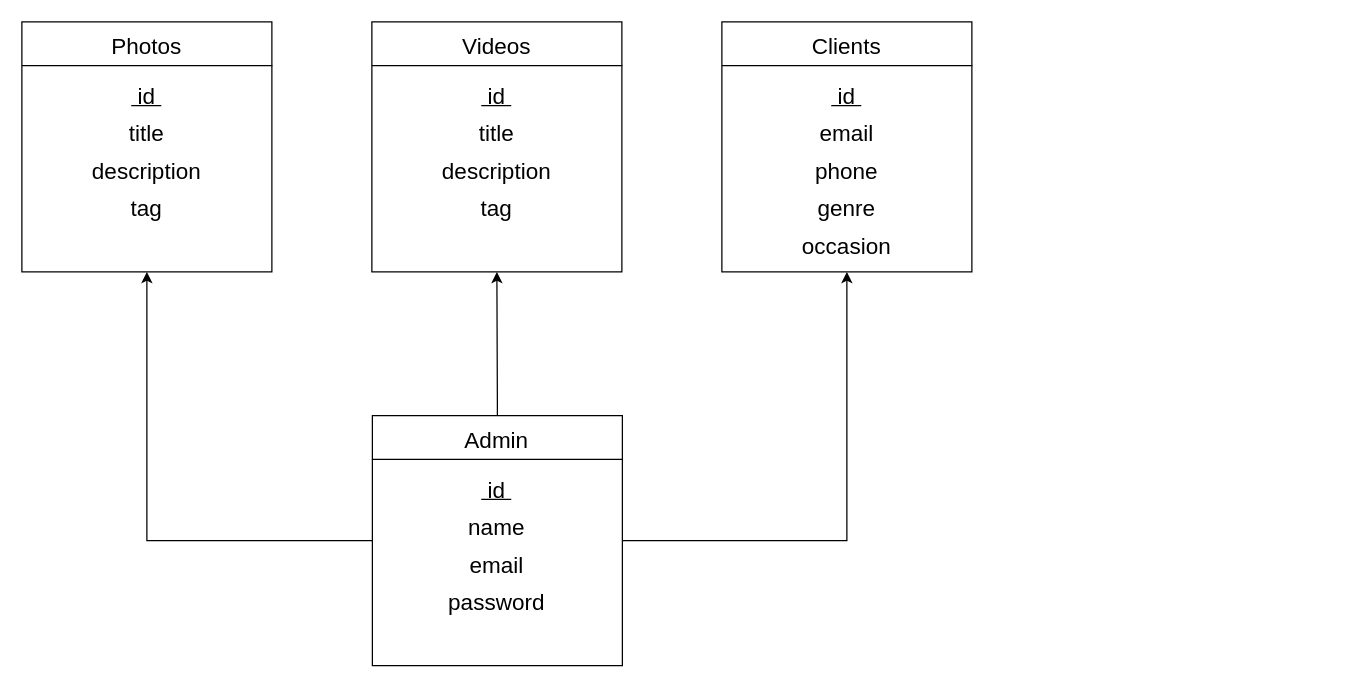
Above: Conseption/Conseption-Back/Merise/MLD.dio in Douaa19/PFR (draw.io), before the change. Source tidied: cells renumbered, new cells numbered last; positions are measured from the earlier drawing's top-left corner, leaving out a move shared by most shapes. Both pictures are drawn from the tidied source at 125%, with x=0, y=0 at pixel (21, 21).
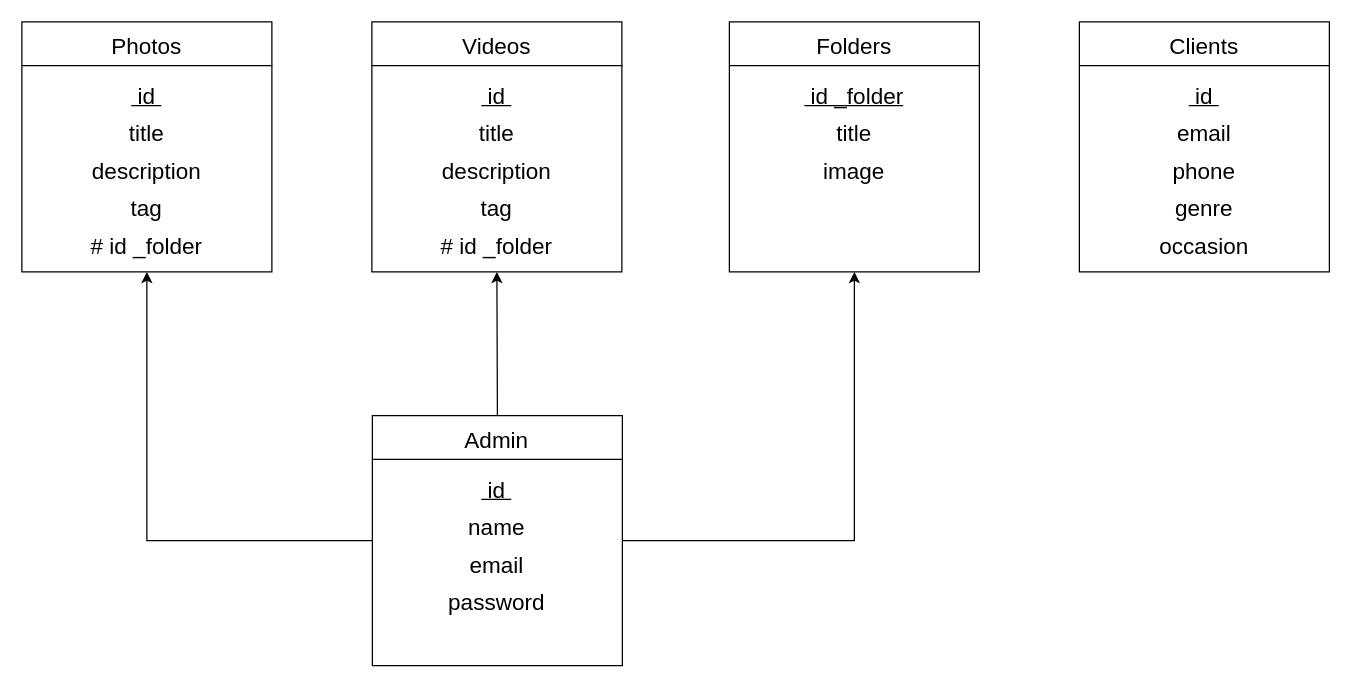
After the change.

The change refers to these unchanged cells:
```xml
<mxCell id="5" style="whiteSpace=wrap;html=1;fillColor=none;" parent="1" vertex="1">
  <mxGeometry x="280.4" y="315" width="200" height="200" as="geometry" />
</mxCell>
```

What changed in the source:
```diff
@@
-    <mxCell id="3" style="edgeStyle=orthogonalEdgeStyle;rounded=0;jettySize=auto;html=1;entryX=0.5;entryY=1;entryDx=0;entryDy=0;" parent="1" edge="1" source="5" target="26">
-      <mxGeometry relative="1" as="geometry" />
+    <mxCell id="3" style="edgeStyle=orthogonalEdgeStyle;rounded=0;jettySize=auto;html=1;entryX=0.5;entryY=1;entryDx=0;entryDy=0;" parent="1" edge="1" source="5" target="34">
+      <mxGeometry relative="1" as="geometry">
+        <Array as="points">
+          <mxPoint x="666" y="415" />
+        </Array>
+      </mxGeometry>
     </mxCell>
@@
     <mxCell id="26" style="whiteSpace=wrap;html=1;fillColor=none;" parent="1" vertex="1">
-      <mxGeometry x="560" width="200" height="200" as="geometry" />
+      <mxGeometry x="846" width="200" height="200" as="geometry" />
     </mxCell>
     <mxCell id="27" value="&lt;span style=&quot;font-size: 18px&quot;&gt;Clients&lt;/span&gt;" style="text;html=1;strokeColor=none;fillColor=none;align=center;verticalAlign=middle;whiteSpace=wrap;rounded=0;" parent="1" vertex="1">
-      <mxGeometry x="640" y="10" width="40" height="20" as="geometry" />
+      <mxGeometry x="916" y="10" width="60" height="20" as="geometry" />
     </mxCell>
     <mxCell id="28" value="&lt;font style=&quot;font-size: 18px&quot;&gt;email&lt;/font&gt;" style="text;html=1;strokeColor=none;fillColor=none;align=center;verticalAlign=middle;whiteSpace=wrap;rounded=0;" parent="1" vertex="1">
-      <mxGeometry x="640" y="80" width="40" height="20" as="geometry" />
+      <mxGeometry x="926" y="80" width="40" height="20" as="geometry" />
     </mxCell>
     <mxCell id="29" value="&lt;font style=&quot;font-size: 18px&quot;&gt;phone&lt;/font&gt;" style="text;html=1;strokeColor=none;fillColor=none;align=center;verticalAlign=middle;whiteSpace=wrap;rounded=0;" parent="1" vertex="1">
-      <mxGeometry x="640" y="110" width="40" height="20" as="geometry" />
+      <mxGeometry x="926" y="110" width="40" height="20" as="geometry" />
     </mxCell>
     <mxCell id="30" value="&lt;font style=&quot;font-size: 18px&quot;&gt;genre&lt;/font&gt;" style="text;html=1;strokeColor=none;fillColor=none;align=center;verticalAlign=middle;whiteSpace=wrap;rounded=0;" parent="1" vertex="1">
-      <mxGeometry x="640" y="140" width="40" height="20" as="geometry" />
+      <mxGeometry x="926" y="140" width="40" height="20" as="geometry" />
     </mxCell>
     <mxCell id="31" value="&lt;font style=&quot;font-size: 18px&quot;&gt;&lt;u&gt;&amp;nbsp;id&amp;nbsp;&lt;/u&gt;&lt;/font&gt;" style="text;html=1;strokeColor=none;fillColor=none;align=center;verticalAlign=middle;whiteSpace=wrap;rounded=0;" parent="1" vertex="1">
-      <mxGeometry x="640" y="50" width="40" height="20" as="geometry" />
+      <mxGeometry x="926" y="50" width="40" height="20" as="geometry" />
     </mxCell>
     <mxCell id="32" style="endArrow=none;html=1;exitX=-0.002;exitY=0.175;exitDx=0;exitDy=0;exitPerimeter=0;entryX=1;entryY=0.175;entryDx=0;entryDy=0;entryPerimeter=0;" parent="1" edge="1">
       <mxGeometry relative="1" as="geometry">
-        <mxPoint x="560" y="35" as="sourcePoint" />
-        <mxPoint x="760.4" y="35" as="targetPoint" />
+        <mxPoint x="846" y="35" as="sourcePoint" />
+        <mxPoint x="1046.4" y="35" as="targetPoint" />
       </mxGeometry>
     </mxCell>
     <mxCell id="33" value="&lt;span style=&quot;font-size: 18px&quot;&gt;occasion&lt;/span&gt;" style="text;html=1;strokeColor=none;fillColor=none;align=center;verticalAlign=middle;whiteSpace=wrap;rounded=0;" parent="1" vertex="1">
-      <mxGeometry x="640" y="170" width="40" height="20" as="geometry" />
+      <mxGeometry x="926" y="170" width="40" height="20" as="geometry" />
     </mxCell>
+    <mxCell id="34" style="whiteSpace=wrap;html=1;fillColor=none;" parent="1" vertex="1">
+      <mxGeometry x="566" width="200" height="200" as="geometry" />
+    </mxCell>
+    <mxCell id="35" value="&lt;span style=&quot;font-size: 18px&quot;&gt;Folders&lt;/span&gt;" style="text;html=1;strokeColor=none;fillColor=none;align=center;verticalAlign=middle;whiteSpace=wrap;rounded=0;" parent="1" vertex="1">
+      <mxGeometry x="626" y="10" width="80" height="20" as="geometry" />
+    </mxCell>
+    <mxCell id="36" value="&lt;font style=&quot;font-size: 18px&quot;&gt;title&lt;/font&gt;" style="text;html=1;strokeColor=none;fillColor=none;align=center;verticalAlign=middle;whiteSpace=wrap;rounded=0;" parent="1" vertex="1">
+      <mxGeometry x="646" y="80" width="40" height="20" as="geometry" />
+    </mxCell>
+    <mxCell id="37" value="&lt;font style=&quot;font-size: 18px&quot;&gt;image&lt;/font&gt;" style="text;html=1;strokeColor=none;fillColor=none;align=center;verticalAlign=middle;whiteSpace=wrap;rounded=0;" parent="1" vertex="1">
+      <mxGeometry x="636" y="110" width="60" height="20" as="geometry" />
+    </mxCell>
+    <mxCell id="38" value="&lt;font style=&quot;font-size: 18px&quot;&gt;&lt;u&gt;&amp;nbsp;id _folder&lt;/u&gt;&lt;/font&gt;" style="text;html=1;strokeColor=none;fillColor=none;align=center;verticalAlign=middle;whiteSpace=wrap;rounded=0;" parent="1" vertex="1">
+      <mxGeometry x="616" y="50" width="100" height="20" as="geometry" />
+    </mxCell>
+    <mxCell id="39" style="endArrow=none;html=1;exitX=-0.002;exitY=0.175;exitDx=0;exitDy=0;exitPerimeter=0;entryX=1;entryY=0.175;entryDx=0;entryDy=0;entryPerimeter=0;" parent="1" edge="1">
+      <mxGeometry relative="1" as="geometry">
+        <mxPoint x="566" y="35" as="sourcePoint" />
+        <mxPoint x="766.4" y="35" as="targetPoint" />
+      </mxGeometry>
+    </mxCell>
+    <mxCell id="40" value="&lt;font style=&quot;font-size: 18px&quot;&gt;# id _folder&lt;/font&gt;" style="text;html=1;strokeColor=none;fillColor=none;align=center;verticalAlign=middle;whiteSpace=wrap;rounded=0;" parent="1" vertex="1">
+      <mxGeometry x="330" y="170" width="100" height="20" as="geometry" />
+    </mxCell>
+    <mxCell id="41" value="&lt;font style=&quot;font-size: 18px&quot;&gt;# id _folder&lt;/font&gt;" style="text;html=1;strokeColor=none;fillColor=none;align=center;verticalAlign=middle;whiteSpace=wrap;rounded=0;" parent="1" vertex="1">
+      <mxGeometry x="50" y="170" width="100" height="20" as="geometry" />
+    </mxCell>
```
